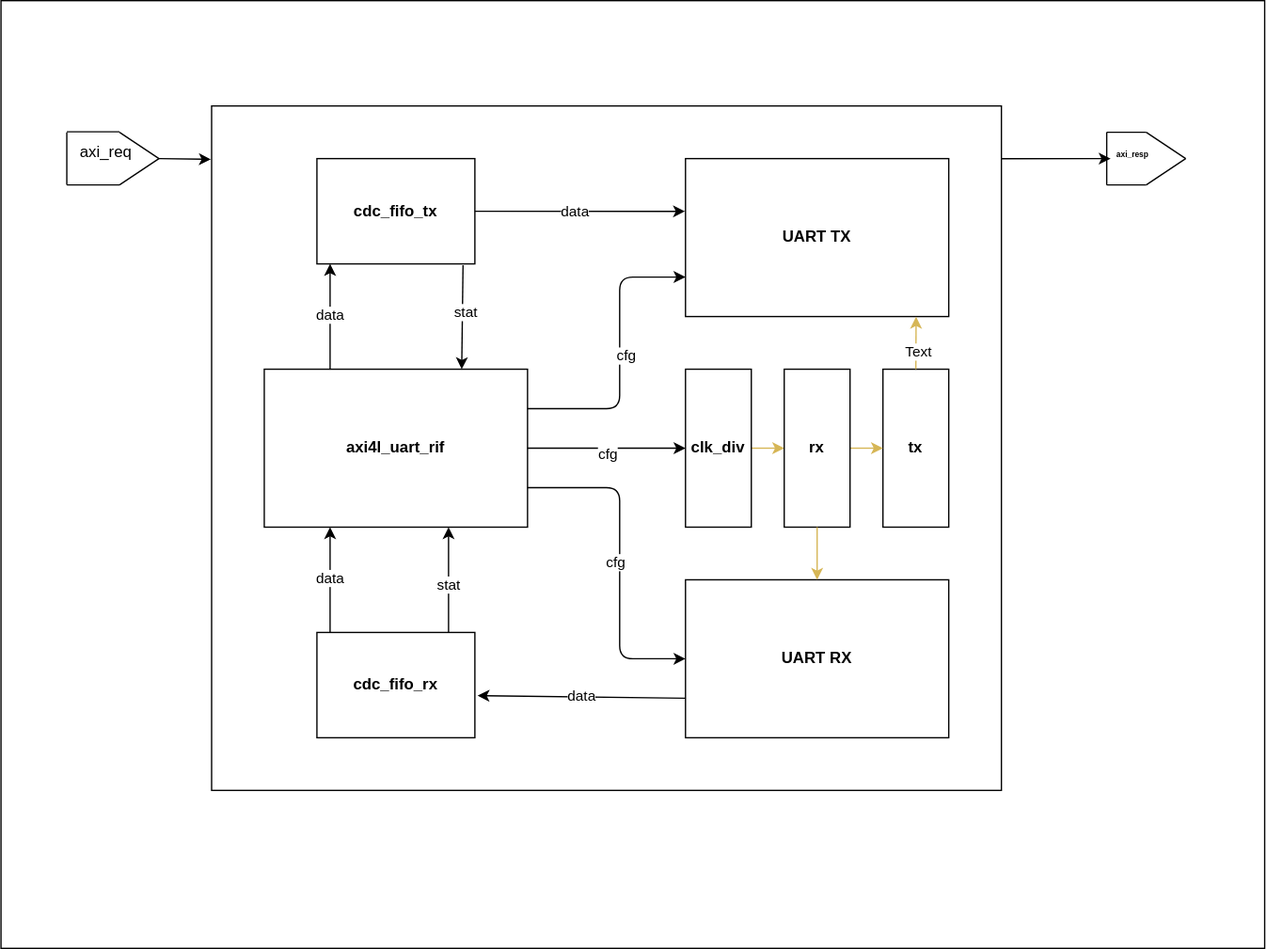
The draw.io diagram document/uart_subsystem_topview.svg in ADN-VLSI/SC-SoC, before a commit. Source tidied: cells renumbered, new cells last; positions are measured from the earlier drawing's top-left corner, leaving out a move shared by most shapes.
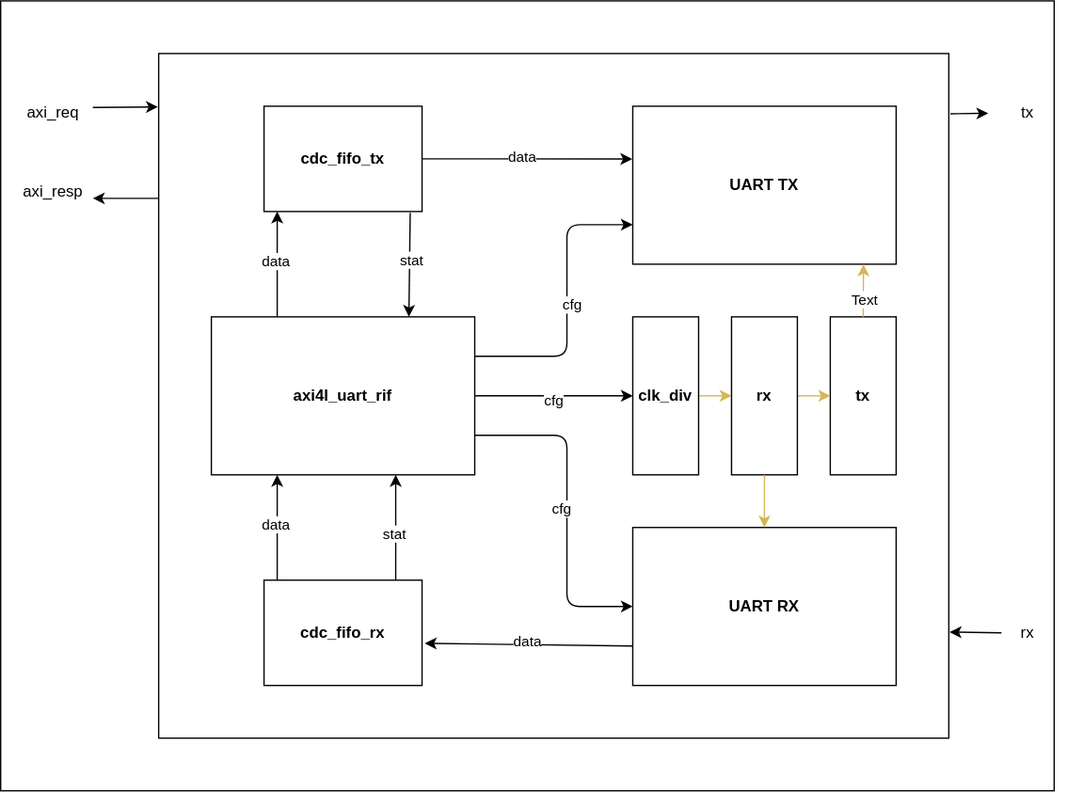
Later version of the same file.

The edit, as a diff of the source:
```diff
@@ -2,9 +2,9 @@
   <root>
     <mxCell id="0" />
     <mxCell id="1" parent="0" />
-    <mxCell id="2" style="rounded=0;whiteSpace=wrap;html=1;" parent="1" vertex="1">
-      <mxGeometry width="960" height="720" as="geometry" />
-    </mxCell>
+    <mxCell id="49" style="rounded=0;whiteSpace=wrap;html=1;" parent="1" vertex="1">
+      <mxGeometry x="40" y="40" width="800" height="600" as="geometry" />
+    </mxCell>
     <mxCell id="3" style="rounded=0;whiteSpace=wrap;html=1;" parent="1" vertex="1">
       <mxGeometry x="160" y="80" width="600" height="520" as="geometry" />
     </mxCell>
@@ -122,86 +122,34 @@
     </mxCell>
     <mxCell id="35" style="endArrow=classic;html=1;entryX=-0.001;entryY=0.078;entryDx=0;entryDy=0;entryPerimeter=0;" parent="1" edge="1" target="3">
       <mxGeometry relative="1" as="geometry">
-        <mxPoint x="120" y="120" as="sourcePoint" />
+        <mxPoint x="110" y="121" as="sourcePoint" />
       </mxGeometry>
     </mxCell>
+    <mxCell id="50" style="endArrow=classic;html=1;" parent="1" edge="1">
+      <mxGeometry relative="1" as="geometry">
+        <mxPoint x="160" y="190" as="sourcePoint" />
+        <mxPoint x="110" y="190" as="targetPoint" />
+      </mxGeometry>
+    </mxCell>
     <mxCell id="36" value="axi_req" style="text;html=1;align=center;verticalAlign=middle;whiteSpace=wrap;rounded=0;" parent="1" vertex="1">
-      <mxGeometry x="50" y="95" width="60" height="40" as="geometry" />
+      <mxGeometry x="50" y="110" width="60" height="30" as="geometry" />
     </mxCell>
-    <mxCell id="37" style="endArrow=none;html=1;exitX=0;exitY=1;exitDx=0;exitDy=0;entryX=0;entryY=0;entryDx=0;entryDy=0;" parent="1" edge="1">
-      <mxGeometry relative="1" as="geometry">
-        <mxPoint x="50" y="140" as="sourcePoint" />
-        <mxPoint x="50" y="100" as="targetPoint" />
-        <Array as="points">
-          <mxPoint x="50" y="120" />
-        </Array>
-      </mxGeometry>
-    </mxCell>
-    <mxCell id="38" style="endArrow=none;html=1;" parent="1" edge="1">
-      <mxGeometry relative="1" as="geometry">
-        <mxPoint x="90" y="100" as="sourcePoint" />
-        <mxPoint x="120" y="120" as="targetPoint" />
-      </mxGeometry>
-    </mxCell>
-    <mxCell id="39" style="endArrow=none;html=1;" parent="1" edge="1">
-      <mxGeometry relative="1" as="geometry">
-        <mxPoint x="90" y="140" as="sourcePoint" />
-        <mxPoint x="120" y="120" as="targetPoint" />
-      </mxGeometry>
-    </mxCell>
-    <mxCell id="40" style="endArrow=none;html=1;" parent="1" edge="1">
-      <mxGeometry relative="1" as="geometry">
-        <mxPoint x="50" y="99.6" as="sourcePoint" />
-        <mxPoint x="90" y="99.6" as="targetPoint" />
-      </mxGeometry>
-    </mxCell>
-    <mxCell id="41" style="endArrow=none;html=1;" parent="1" edge="1">
-      <mxGeometry relative="1" as="geometry">
-        <mxPoint x="50" y="140" as="sourcePoint" />
-        <mxPoint x="90" y="140" as="targetPoint" />
-      </mxGeometry>
-    </mxCell>
-    <mxCell id="42" style="endArrow=classic;html=1;exitX=0.995;exitY=0.106;exitDx=0;exitDy=0;exitPerimeter=0;" parent="1" edge="1">
-      <mxGeometry relative="1" as="geometry">
-        <mxPoint x="760" y="120.1" as="sourcePoint" />
-        <mxPoint x="843" y="120" as="targetPoint" />
-      </mxGeometry>
-    </mxCell>
-    <mxCell id="43" style="endArrow=none;html=1;" parent="1" edge="1">
-      <mxGeometry relative="1" as="geometry">
-        <mxPoint x="840" y="140" as="sourcePoint" />
-        <mxPoint x="840" y="100" as="targetPoint" />
-      </mxGeometry>
-    </mxCell>
-    <mxCell id="44" style="endArrow=none;html=1;" parent="1" edge="1">
-      <mxGeometry relative="1" as="geometry">
-        <mxPoint x="840" y="140" as="sourcePoint" />
-        <mxPoint x="870" y="140" as="targetPoint" />
-      </mxGeometry>
-    </mxCell>
-    <mxCell id="45" style="endArrow=none;html=1;" parent="1" edge="1">
-      <mxGeometry relative="1" as="geometry">
-        <mxPoint x="840" y="100" as="sourcePoint" />
-        <mxPoint x="870" y="100" as="targetPoint" />
-        <Array as="points">
-          <mxPoint x="850" y="100" />
-        </Array>
-      </mxGeometry>
-    </mxCell>
-    <mxCell id="46" style="endArrow=none;html=1;" parent="1" edge="1">
-      <mxGeometry relative="1" as="geometry">
-        <mxPoint x="870" y="140" as="sourcePoint" />
-        <mxPoint x="900" y="120" as="targetPoint" />
-      </mxGeometry>
-    </mxCell>
-    <mxCell id="47" style="endArrow=none;html=1;" parent="1" edge="1">
-      <mxGeometry relative="1" as="geometry">
-        <mxPoint x="870" y="100" as="sourcePoint" />
-        <mxPoint x="900" y="120" as="targetPoint" />
-      </mxGeometry>
-    </mxCell>
-    <mxCell id="48" value="&lt;font style=&quot;font-size: 6px;&quot;&gt;&lt;b&gt;axi_resp&lt;/b&gt;&lt;/font&gt;" style="text;html=1;align=center;verticalAlign=middle;whiteSpace=wrap;rounded=0;" parent="1" vertex="1">
-      <mxGeometry x="830" y="100" width="60" height="30" as="geometry" />
+    <mxCell id="48" value="axi_resp" style="text;html=1;align=center;verticalAlign=middle;whiteSpace=wrap;rounded=0;" parent="1" vertex="1">
+      <mxGeometry x="50" y="170" width="60" height="30" as="geometry" />
     </mxCell>
+    <mxCell id="51" value="tx" style="text;html=1;align=center;verticalAlign=middle;whiteSpace=wrap;rounded=0;" parent="1" vertex="1">
+      <mxGeometry x="790" y="110" width="60" height="30" as="geometry" />
+    </mxCell>
+    <mxCell id="52" style="endArrow=classic;html=1;exitX=1.002;exitY=0.088;exitDx=0;exitDy=0;exitPerimeter=0;" parent="1" edge="1" source="3" target="51">
+      <mxGeometry relative="1" as="geometry" />
+    </mxCell>
+    <mxCell id="53" style="endArrow=classic;html=1;entryX=1.001;entryY=0.845;entryDx=0;entryDy=0;entryPerimeter=0;" parent="1" edge="1" target="3">
+      <mxGeometry relative="1" as="geometry">
+        <mxPoint x="800" y="520" as="sourcePoint" />
+      </mxGeometry>
+    </mxCell>
+    <mxCell id="54" value="rx" style="text;html=1;align=center;verticalAlign=middle;whiteSpace=wrap;rounded=0;" parent="1" vertex="1">
+      <mxGeometry x="790" y="505" width="60" height="30" as="geometry" />
+    </mxCell>
   </root>
 </mxGraphModel>
```
